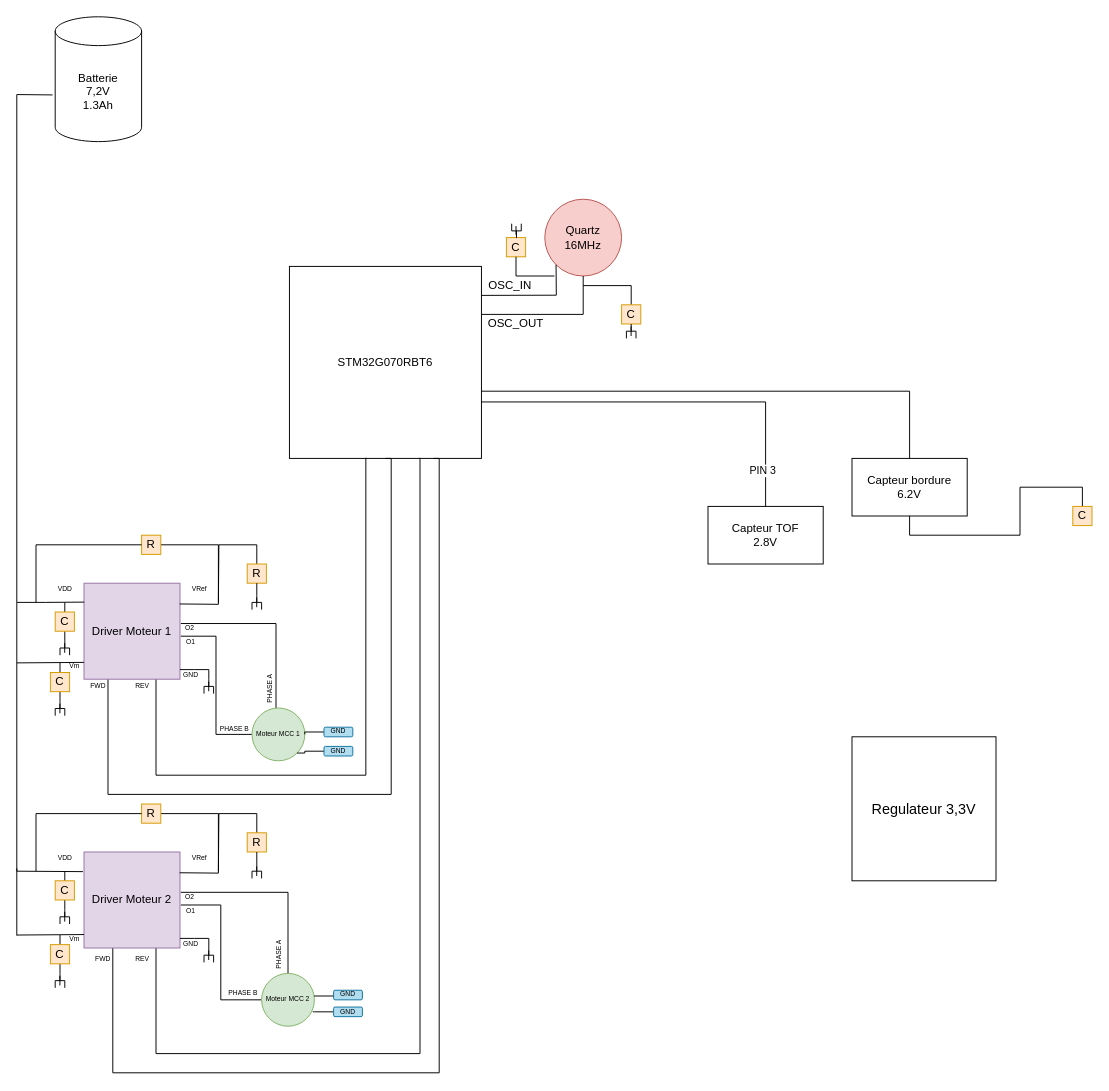
Before: Diagramme sans nom.drawio in Artpel1805/Beerator, a draw.io diagram. Source tidied: cells renumbered, new cells numbered last; positions are measured from the earlier drawing's top-left corner, leaving out a move shared by most shapes. Both pictures are drawn from the tidied source at 96%, with x=0, y=0 at pixel (16, 16).
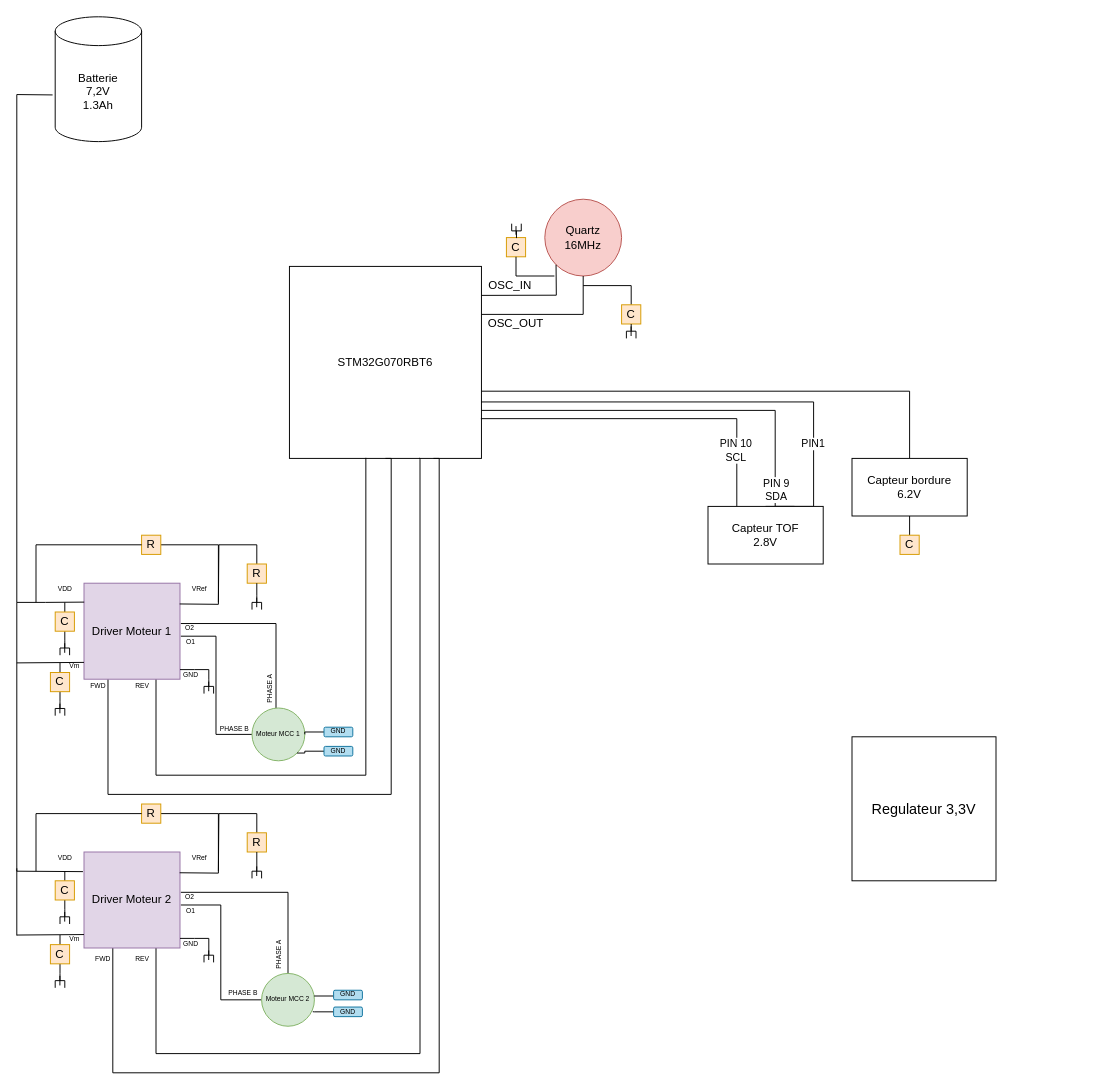
Above is the later version.

Commit message:
Mettre à jour Diagramme sans nom.drawio

Unchanged cells that the change refers to:
```xml
<mxCell id="3" value="STM32G070RBT6" style="whiteSpace=wrap;html=1;" parent="1" vertex="1">
  <mxGeometry x="284" y="260" width="200" height="200" as="geometry" />
</mxCell>
<mxCell id="24" value="Capteur bordure&lt;br&gt;6.2V" style="whiteSpace=wrap;html=1;align=center;newEdgeStyle={&quot;edgeStyle&quot;:&quot;elbowEdgeStyle&quot;,&quot;startArrow&quot;:&quot;none&quot;,&quot;endArrow&quot;:&quot;none&quot;};" parent="1" vertex="1">
  <mxGeometry x="870" y="460" width="120" height="60" as="geometry" />
</mxCell>
<mxCell id="30" value="Capteur TOF&lt;br&gt;2.8V" style="whiteSpace=wrap;html=1;align=center;newEdgeStyle={&quot;edgeStyle&quot;:&quot;elbowEdgeStyle&quot;,&quot;startArrow&quot;:&quot;none&quot;,&quot;endArrow&quot;:&quot;none&quot;};" parent="1" vertex="1">
  <mxGeometry x="720" y="510" width="120" height="60" as="geometry" />
</mxCell>
```

The edit, as a diff of the source:
```diff
@@
-    <mxCell id="22" style="edgeStyle=orthogonalEdgeStyle;rounded=0;jettySize=auto;html=1;exitX=0.5;exitY=1;exitDx=0;exitDy=0;entryX=0.5;entryY=0;entryDx=0;entryDy=0;endArrow=none;endFill=0;" parent="1" edge="1" source="24" target="37">
-      <mxGeometry relative="1" as="geometry" />
-    </mxCell>
@@
     <mxCell id="28" style="edgeStyle=orthogonalEdgeStyle;rounded=0;jettySize=auto;html=1;exitX=0.5;exitY=0;exitDx=0;exitDy=0;entryX=0.998;entryY=0.706;entryDx=0;entryDy=0;endArrow=none;endFill=0;entryPerimeter=0;" parent="1" edge="1" source="30" target="3">
-      <mxGeometry relative="1" as="geometry" />
+      <mxGeometry relative="1" as="geometry">
+        <Array as="points">
+          <mxPoint x="830" y="510" />
+          <mxPoint x="830" y="401" />
+        </Array>
+      </mxGeometry>
     </mxCell>
-    <mxCell id="29" value="PIN 3" style="edgeLabel;html=1;align=center;verticalAlign=middle;" parent="28" vertex="1">
-      <mxGeometry x="-0.81" y="4" relative="1" as="geometry" />
-    </mxCell>
+    <mxCell id="123" value="PIN1&amp;nbsp;" style="edgeLabel;html=1;align=center;verticalAlign=middle;" parent="28" vertex="1">
+      <mxGeometry x="-0.54" relative="1" as="geometry" />
+    </mxCell>
+    <mxCell id="124" style="edgeStyle=orthogonalEdgeStyle;rounded=0;jettySize=auto;html=1;exitX=0.75;exitY=0;exitDx=0;exitDy=0;entryX=1;entryY=0.75;entryDx=0;entryDy=0;endArrow=none;endFill=0;" parent="1" edge="1" source="30" target="3">
+      <mxGeometry relative="1" as="geometry">
+        <Array as="points">
+          <mxPoint x="790" y="510" />
+          <mxPoint x="790" y="410" />
+        </Array>
+      </mxGeometry>
+    </mxCell>
+    <mxCell id="125" value="PIN 9&lt;br&gt;SDA" style="edgeLabel;html=1;align=center;verticalAlign=middle;" parent="124" vertex="1">
+      <mxGeometry x="-0.82" relative="1" as="geometry" />
+    </mxCell>
+    <mxCell id="126" style="edgeStyle=orthogonalEdgeStyle;rounded=0;jettySize=auto;html=1;exitX=0.25;exitY=0;exitDx=0;exitDy=0;entryX=0.997;entryY=0.793;entryDx=0;entryDy=0;entryPerimeter=0;endArrow=none;endFill=0;" parent="1" edge="1" source="30" target="3">
+      <mxGeometry relative="1" as="geometry" />
+    </mxCell>
+    <mxCell id="127" value="PIN 10&lt;br&gt;SCL" style="edgeLabel;html=1;align=center;verticalAlign=middle;" parent="126" vertex="1">
+      <mxGeometry x="-0.67" y="2" relative="1" as="geometry" />
+    </mxCell>
@@
+    <mxCell id="128" style="edgeStyle=orthogonalEdgeStyle;rounded=0;jettySize=auto;html=1;exitX=0.5;exitY=0;exitDx=0;exitDy=0;entryX=0.5;entryY=1;entryDx=0;entryDy=0;endArrow=none;endFill=0;" parent="1" edge="1" source="37" target="24">
+      <mxGeometry relative="1" as="geometry" />
+    </mxCell>
     <mxCell id="37" value="C" style="whiteSpace=wrap;html=1;fillColor=#ffe6cc;strokeColor=#d79b00;" parent="1" vertex="1">
-      <mxGeometry x="1100" y="510" width="20" height="20" as="geometry" />
+      <mxGeometry x="920" y="540" width="20" height="20" as="geometry" />
     </mxCell>
```
